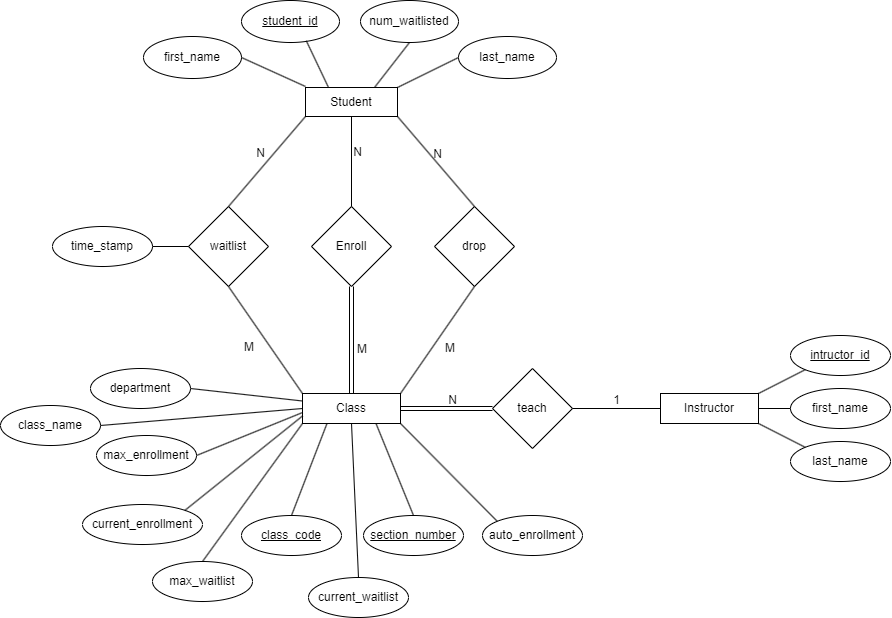
Before: Database Diagrams/ER.png, a diagram exported from draw.io (hellokev/449-Project-1). Source tidied: cells renumbered, new cells last; positions are measured from the earlier drawing's top-left corner, leaving out a move shared by most shapes. Its diagram source:
```xml
<mxGraphModel>
  <root>
    <mxCell id="0" />
    <mxCell id="1" parent="0" />
    <mxCell id="2" value="&lt;font style=&quot;font-size: 12px;&quot;&gt;Student&lt;/font&gt;" style="rounded=0;whiteSpace=wrap;html=1;" parent="1" vertex="1">
      <mxGeometry x="305" y="87" width="92" height="29" as="geometry" />
    </mxCell>
    <mxCell id="3" value="&lt;font style=&quot;font-size: 12px;&quot;&gt;Class&lt;/font&gt;" style="rounded=0;whiteSpace=wrap;html=1;" parent="1" vertex="1">
      <mxGeometry x="302" y="393" width="98" height="30" as="geometry" />
    </mxCell>
    <mxCell id="4" value="Enroll" style="rhombus;whiteSpace=wrap;html=1;" parent="1" vertex="1">
      <mxGeometry x="311" y="206" width="80" height="80" as="geometry" />
    </mxCell>
    <mxCell id="5" value="drop" style="rhombus;whiteSpace=wrap;html=1;" parent="1" vertex="1">
      <mxGeometry x="434" y="206" width="80" height="80" as="geometry" />
    </mxCell>
    <mxCell id="6" value="waitlist" style="rhombus;whiteSpace=wrap;html=1;" parent="1" vertex="1">
      <mxGeometry x="188" y="206" width="80" height="80" as="geometry" />
    </mxCell>
    <mxCell id="7" value="&lt;u&gt;student_id&lt;/u&gt;" style="ellipse;whiteSpace=wrap;html=1;" parent="1" vertex="1">
      <mxGeometry x="241" width="98" height="42" as="geometry" />
    </mxCell>
    <mxCell id="8" value="num_waitlisted" style="ellipse;whiteSpace=wrap;html=1;" parent="1" vertex="1">
      <mxGeometry x="360" width="98" height="42" as="geometry" />
    </mxCell>
    <mxCell id="9" style="endArrow=none;html=1;rounded=0;entryX=0.5;entryY=1;entryDx=0;entryDy=0;exitX=0.75;exitY=0;exitDx=0;exitDy=0;" parent="1" edge="1" source="2" target="8">
      <mxGeometry relative="1" as="geometry" />
    </mxCell>
    <mxCell id="10" style="endArrow=none;html=1;rounded=0;entryX=0.661;entryY=0.958;entryDx=0;entryDy=0;entryPerimeter=0;exitX=0.25;exitY=0;exitDx=0;exitDy=0;" parent="1" edge="1" source="2" target="7">
      <mxGeometry relative="1" as="geometry" />
    </mxCell>
    <mxCell id="11" style="endArrow=none;html=1;rounded=0;exitX=0.5;exitY=0;exitDx=0;exitDy=0;entryX=0;entryY=1;entryDx=0;entryDy=0;" parent="1" edge="1" source="6" target="2">
      <mxGeometry relative="1" as="geometry" />
    </mxCell>
    <mxCell id="12" value="N" style="html=1;whiteSpace=wrap;align=right;verticalAlign=bottom;" parent="11" vertex="1">
      <mxGeometry x="1" relative="1" as="geometry">
        <mxPoint x="-38" y="45" as="offset" />
      </mxGeometry>
    </mxCell>
    <mxCell id="13" style="endArrow=none;html=1;rounded=0;exitX=0;exitY=0;exitDx=0;exitDy=0;entryX=0.5;entryY=1;entryDx=0;entryDy=0;" parent="1" edge="1" source="3" target="6">
      <mxGeometry relative="1" as="geometry" />
    </mxCell>
    <mxCell id="14" value="M" style="html=1;whiteSpace=wrap;align=right;verticalAlign=bottom;" parent="13" vertex="1">
      <mxGeometry x="1" relative="1" as="geometry">
        <mxPoint x="28" y="70" as="offset" />
      </mxGeometry>
    </mxCell>
    <mxCell id="15" style="shape=link;html=1;rounded=0;exitX=0.5;exitY=0;exitDx=0;exitDy=0;entryX=0.5;entryY=1;entryDx=0;entryDy=0;" parent="1" edge="1" source="3" target="4">
      <mxGeometry relative="1" as="geometry" />
    </mxCell>
    <mxCell id="16" value="M" style="html=1;whiteSpace=wrap;align=right;verticalAlign=bottom;" parent="15" vertex="1">
      <mxGeometry x="1" relative="1" as="geometry">
        <mxPoint x="17" y="72" as="offset" />
      </mxGeometry>
    </mxCell>
    <mxCell id="17" style="endArrow=none;html=1;rounded=0;entryX=0.5;entryY=1;entryDx=0;entryDy=0;exitX=0.5;exitY=0;exitDx=0;exitDy=0;" parent="1" edge="1" source="4" target="2">
      <mxGeometry relative="1" as="geometry" />
    </mxCell>
    <mxCell id="18" value="N" style="html=1;whiteSpace=wrap;align=right;verticalAlign=bottom;" parent="17" vertex="1">
      <mxGeometry x="1" relative="1" as="geometry">
        <mxPoint x="12" y="45" as="offset" />
      </mxGeometry>
    </mxCell>
    <mxCell id="19" style="endArrow=none;html=1;rounded=0;exitX=1;exitY=0;exitDx=0;exitDy=0;entryX=0.5;entryY=1;entryDx=0;entryDy=0;" parent="1" edge="1" source="3" target="5">
      <mxGeometry relative="1" as="geometry" />
    </mxCell>
    <mxCell id="20" value="M" style="html=1;whiteSpace=wrap;align=right;verticalAlign=bottom;" parent="19" vertex="1">
      <mxGeometry x="1" relative="1" as="geometry">
        <mxPoint x="-18" y="71" as="offset" />
      </mxGeometry>
    </mxCell>
    <mxCell id="21" style="endArrow=none;html=1;rounded=0;entryX=1;entryY=1;entryDx=0;entryDy=0;exitX=0.5;exitY=0;exitDx=0;exitDy=0;" parent="1" edge="1" source="5" target="2">
      <mxGeometry relative="1" as="geometry" />
    </mxCell>
    <mxCell id="22" value="N" style="html=1;whiteSpace=wrap;align=right;verticalAlign=bottom;" parent="21" vertex="1">
      <mxGeometry x="1" relative="1" as="geometry">
        <mxPoint x="46" y="46" as="offset" />
      </mxGeometry>
    </mxCell>
    <mxCell id="23" value="&lt;font style=&quot;font-size: 12px;&quot;&gt;Instructor&lt;/font&gt;" style="rounded=0;whiteSpace=wrap;html=1;" parent="1" vertex="1">
      <mxGeometry x="660" y="393" width="98" height="30" as="geometry" />
    </mxCell>
    <mxCell id="24" value="teach" style="rhombus;whiteSpace=wrap;html=1;" parent="1" vertex="1">
      <mxGeometry x="492" y="368" width="80" height="80" as="geometry" />
    </mxCell>
    <mxCell id="25" style="shape=link;html=1;rounded=0;exitX=1;exitY=0.5;exitDx=0;exitDy=0;entryX=0;entryY=0.5;entryDx=0;entryDy=0;" parent="1" edge="1" source="3" target="24">
      <mxGeometry relative="1" as="geometry" />
    </mxCell>
    <mxCell id="26" value="N" style="html=1;whiteSpace=wrap;align=right;verticalAlign=bottom;" parent="25" vertex="1">
      <mxGeometry x="1" relative="1" as="geometry">
        <mxPoint x="-34" as="offset" />
      </mxGeometry>
    </mxCell>
    <mxCell id="27" style="endArrow=none;html=1;rounded=0;exitX=1;exitY=0.5;exitDx=0;exitDy=0;entryX=0;entryY=0.5;entryDx=0;entryDy=0;" parent="1" edge="1" source="24" target="23">
      <mxGeometry relative="1" as="geometry" />
    </mxCell>
    <mxCell id="28" value="1" style="html=1;whiteSpace=wrap;align=right;verticalAlign=bottom;" parent="27" vertex="1">
      <mxGeometry x="1" relative="1" as="geometry">
        <mxPoint x="-38" as="offset" />
      </mxGeometry>
    </mxCell>
    <mxCell id="29" value="intructor_id" style="ellipse;whiteSpace=wrap;html=1;align=center;fontStyle=4;" parent="1" vertex="1">
      <mxGeometry x="790" y="335" width="100" height="40" as="geometry" />
    </mxCell>
    <mxCell id="30" value="first_name" style="ellipse;whiteSpace=wrap;html=1;align=center;" parent="1" vertex="1">
      <mxGeometry x="790" y="388" width="100" height="40" as="geometry" />
    </mxCell>
    <mxCell id="31" value="last_name" style="ellipse;whiteSpace=wrap;html=1;align=center;" parent="1" vertex="1">
      <mxGeometry x="790" y="441" width="100" height="40" as="geometry" />
    </mxCell>
    <mxCell id="32" style="endArrow=none;html=1;rounded=0;entryX=0;entryY=1;entryDx=0;entryDy=0;exitX=1;exitY=0;exitDx=0;exitDy=0;" parent="1" edge="1" source="23" target="29">
      <mxGeometry relative="1" as="geometry" />
    </mxCell>
    <mxCell id="33" style="endArrow=none;html=1;rounded=0;entryX=0;entryY=0;entryDx=0;entryDy=0;exitX=1;exitY=1;exitDx=0;exitDy=0;" parent="1" edge="1" source="23" target="31">
      <mxGeometry relative="1" as="geometry" />
    </mxCell>
    <mxCell id="34" style="endArrow=none;html=1;rounded=0;entryX=0;entryY=0.5;entryDx=0;entryDy=0;exitX=1;exitY=0.5;exitDx=0;exitDy=0;" parent="1" edge="1" source="23" target="30">
      <mxGeometry relative="1" as="geometry" />
    </mxCell>
    <mxCell id="35" value="&lt;u&gt;class_code&lt;/u&gt;" style="ellipse;whiteSpace=wrap;html=1;align=center;" parent="1" vertex="1">
      <mxGeometry x="241" y="515" width="100" height="40" as="geometry" />
    </mxCell>
    <mxCell id="36" value="&lt;u&gt;section_number&lt;/u&gt;" style="ellipse;whiteSpace=wrap;html=1;align=center;" parent="1" vertex="1">
      <mxGeometry x="363" y="515" width="100" height="40" as="geometry" />
    </mxCell>
    <mxCell id="37" value="class_name" style="ellipse;whiteSpace=wrap;html=1;align=center;" parent="1" vertex="1">
      <mxGeometry y="405" width="100" height="40" as="geometry" />
    </mxCell>
    <mxCell id="38" value="department" style="ellipse;whiteSpace=wrap;html=1;align=center;" parent="1" vertex="1">
      <mxGeometry x="90" y="368" width="100" height="40" as="geometry" />
    </mxCell>
    <mxCell id="39" value="auto_enrollment" style="ellipse;whiteSpace=wrap;html=1;align=center;" parent="1" vertex="1">
      <mxGeometry x="482" y="515" width="100" height="40" as="geometry" />
    </mxCell>
    <mxCell id="40" value="max_enrollment" style="ellipse;whiteSpace=wrap;html=1;align=center;" parent="1" vertex="1">
      <mxGeometry x="96" y="435" width="100" height="40" as="geometry" />
    </mxCell>
    <mxCell id="41" value="current_enrollment" style="ellipse;whiteSpace=wrap;html=1;align=center;" parent="1" vertex="1">
      <mxGeometry x="82" y="504" width="120" height="40" as="geometry" />
    </mxCell>
    <mxCell id="42" value="max_waitlist" style="ellipse;whiteSpace=wrap;html=1;align=center;" parent="1" vertex="1">
      <mxGeometry x="152" y="561" width="100" height="40" as="geometry" />
    </mxCell>
    <mxCell id="43" value="current_waitlist" style="ellipse;whiteSpace=wrap;html=1;align=center;" parent="1" vertex="1">
      <mxGeometry x="308" y="577" width="100" height="40" as="geometry" />
    </mxCell>
    <mxCell id="44" style="endArrow=none;html=1;rounded=0;entryX=0.25;entryY=1;entryDx=0;entryDy=0;exitX=0.5;exitY=0;exitDx=0;exitDy=0;" parent="1" edge="1" source="35" target="3">
      <mxGeometry relative="1" as="geometry" />
    </mxCell>
    <mxCell id="45" style="endArrow=none;html=1;rounded=0;entryX=0.5;entryY=1;entryDx=0;entryDy=0;exitX=0.5;exitY=0;exitDx=0;exitDy=0;" parent="1" edge="1" source="43" target="3">
      <mxGeometry relative="1" as="geometry" />
    </mxCell>
    <mxCell id="46" style="endArrow=none;html=1;rounded=0;entryX=0.75;entryY=1;entryDx=0;entryDy=0;exitX=0.5;exitY=0;exitDx=0;exitDy=0;" parent="1" edge="1" source="36" target="3">
      <mxGeometry relative="1" as="geometry" />
    </mxCell>
    <mxCell id="47" style="endArrow=none;html=1;rounded=0;entryX=1;entryY=1;entryDx=0;entryDy=0;exitX=0;exitY=0;exitDx=0;exitDy=0;" parent="1" edge="1" source="39" target="3">
      <mxGeometry relative="1" as="geometry" />
    </mxCell>
    <mxCell id="48" style="endArrow=none;html=1;rounded=0;entryX=0;entryY=1;entryDx=0;entryDy=0;exitX=0.5;exitY=0;exitDx=0;exitDy=0;" parent="1" edge="1" source="42" target="3">
      <mxGeometry relative="1" as="geometry" />
    </mxCell>
    <mxCell id="49" style="endArrow=none;html=1;rounded=0;entryX=0;entryY=0.75;entryDx=0;entryDy=0;exitX=1;exitY=0;exitDx=0;exitDy=0;" parent="1" edge="1" source="41" target="3">
      <mxGeometry relative="1" as="geometry" />
    </mxCell>
    <mxCell id="50" style="endArrow=none;html=1;rounded=0;entryX=0.002;entryY=0.632;entryDx=0;entryDy=0;exitX=1;exitY=0.5;exitDx=0;exitDy=0;entryPerimeter=0;" parent="1" edge="1" source="40" target="3">
      <mxGeometry relative="1" as="geometry" />
    </mxCell>
    <mxCell id="51" style="endArrow=none;html=1;rounded=0;entryX=0;entryY=0.5;entryDx=0;entryDy=0;exitX=1;exitY=0.5;exitDx=0;exitDy=0;" parent="1" edge="1" source="37" target="3">
      <mxGeometry relative="1" as="geometry" />
    </mxCell>
    <mxCell id="52" style="endArrow=none;html=1;rounded=0;entryX=0;entryY=0.25;entryDx=0;entryDy=0;exitX=1;exitY=0.5;exitDx=0;exitDy=0;" parent="1" edge="1" source="38" target="3">
      <mxGeometry relative="1" as="geometry" />
    </mxCell>
    <mxCell id="53" value="time_stamp" style="ellipse;whiteSpace=wrap;html=1;align=center;" parent="1" vertex="1">
      <mxGeometry x="52" y="226" width="100" height="40" as="geometry" />
    </mxCell>
    <mxCell id="54" style="endArrow=none;html=1;rounded=0;entryX=1;entryY=0.5;entryDx=0;entryDy=0;exitX=0;exitY=0.5;exitDx=0;exitDy=0;" parent="1" edge="1" source="6" target="53">
      <mxGeometry relative="1" as="geometry" />
    </mxCell>
    <mxCell id="55" value="last_name" style="ellipse;whiteSpace=wrap;html=1;" parent="1" vertex="1">
      <mxGeometry x="458" y="36" width="98" height="42" as="geometry" />
    </mxCell>
    <mxCell id="56" value="first_name" style="ellipse;whiteSpace=wrap;html=1;" parent="1" vertex="1">
      <mxGeometry x="143" y="36" width="98" height="42" as="geometry" />
    </mxCell>
    <mxCell id="57" style="endArrow=none;html=1;rounded=0;entryX=1;entryY=0.5;entryDx=0;entryDy=0;" parent="1" edge="1" target="56">
      <mxGeometry relative="1" as="geometry">
        <mxPoint x="305" y="86" as="sourcePoint" />
      </mxGeometry>
    </mxCell>
    <mxCell id="58" style="endArrow=none;html=1;rounded=0;entryX=0;entryY=0.5;entryDx=0;entryDy=0;exitX=1;exitY=0;exitDx=0;exitDy=0;" parent="1" edge="1" source="2" target="55">
      <mxGeometry relative="1" as="geometry" />
    </mxCell>
  </root>
</mxGraphModel>
```
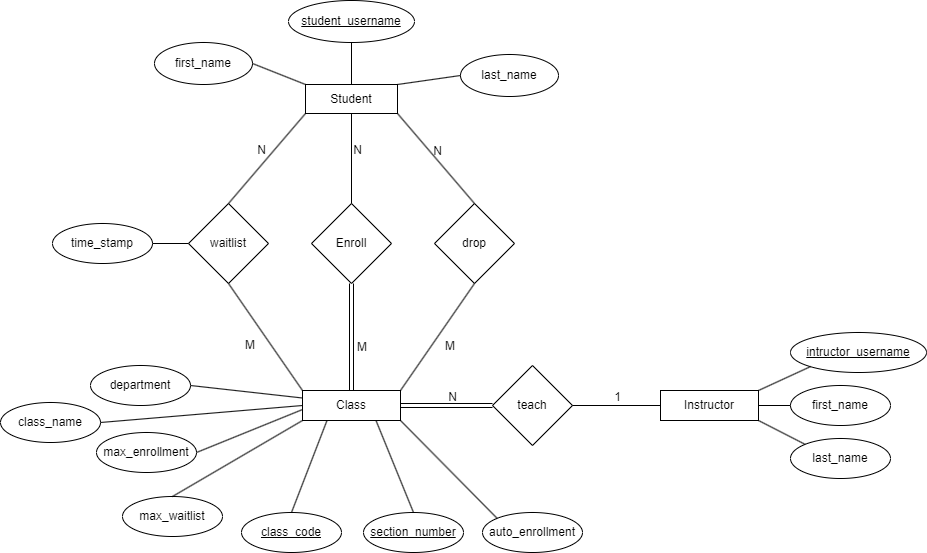
After the commit.

Diff of the diagram source:
```diff
@@ -17,16 +17,10 @@
     <mxCell id="6" value="waitlist" style="rhombus;whiteSpace=wrap;html=1;" parent="1" vertex="1">
       <mxGeometry x="188" y="206" width="80" height="80" as="geometry" />
     </mxCell>
-    <mxCell id="7" value="&lt;u&gt;student_id&lt;/u&gt;" style="ellipse;whiteSpace=wrap;html=1;" parent="1" vertex="1">
-      <mxGeometry x="241" width="98" height="42" as="geometry" />
+    <mxCell id="7" value="&lt;u&gt;student_username&lt;/u&gt;" style="ellipse;whiteSpace=wrap;html=1;" parent="1" vertex="1">
+      <mxGeometry x="288" y="3" width="126" height="42" as="geometry" />
     </mxCell>
-    <mxCell id="8" value="num_waitlisted" style="ellipse;whiteSpace=wrap;html=1;" parent="1" vertex="1">
-      <mxGeometry x="360" width="98" height="42" as="geometry" />
-    </mxCell>
-    <mxCell id="9" style="endArrow=none;html=1;rounded=0;entryX=0.5;entryY=1;entryDx=0;entryDy=0;exitX=0.75;exitY=0;exitDx=0;exitDy=0;" parent="1" edge="1" source="2" target="8">
-      <mxGeometry relative="1" as="geometry" />
-    </mxCell>
-    <mxCell id="10" style="endArrow=none;html=1;rounded=0;entryX=0.661;entryY=0.958;entryDx=0;entryDy=0;entryPerimeter=0;exitX=0.25;exitY=0;exitDx=0;exitDy=0;" parent="1" edge="1" source="2" target="7">
+    <mxCell id="10" style="endArrow=none;html=1;rounded=0;entryX=0.5;entryY=1;entryDx=0;entryDy=0;exitX=0.5;exitY=0;exitDx=0;exitDy=0;" parent="1" edge="1" source="2" target="7">
       <mxGeometry relative="1" as="geometry" />
     </mxCell>
     <mxCell id="11" style="endArrow=none;html=1;rounded=0;exitX=0.5;exitY=0;exitDx=0;exitDy=0;entryX=0;entryY=1;entryDx=0;entryDy=0;" parent="1" edge="1" source="6" target="2">
@@ -99,8 +93,8 @@
         <mxPoint x="-38" as="offset" />
       </mxGeometry>
     </mxCell>
-    <mxCell id="29" value="intructor_id" style="ellipse;whiteSpace=wrap;html=1;align=center;fontStyle=4;" parent="1" vertex="1">
-      <mxGeometry x="790" y="335" width="100" height="40" as="geometry" />
+    <mxCell id="29" value="intructor_username" style="ellipse;whiteSpace=wrap;html=1;align=center;fontStyle=4;" parent="1" vertex="1">
+      <mxGeometry x="790" y="335" width="136" height="40" as="geometry" />
     </mxCell>
     <mxCell id="30" value="first_name" style="ellipse;whiteSpace=wrap;html=1;align=center;" parent="1" vertex="1">
       <mxGeometry x="790" y="388" width="100" height="40" as="geometry" />
@@ -135,21 +129,12 @@
     <mxCell id="40" value="max_enrollment" style="ellipse;whiteSpace=wrap;html=1;align=center;" parent="1" vertex="1">
       <mxGeometry x="96" y="435" width="100" height="40" as="geometry" />
     </mxCell>
-    <mxCell id="41" value="current_enrollment" style="ellipse;whiteSpace=wrap;html=1;align=center;" parent="1" vertex="1">
-      <mxGeometry x="82" y="504" width="120" height="40" as="geometry" />
-    </mxCell>
     <mxCell id="42" value="max_waitlist" style="ellipse;whiteSpace=wrap;html=1;align=center;" parent="1" vertex="1">
-      <mxGeometry x="152" y="561" width="100" height="40" as="geometry" />
+      <mxGeometry x="122" y="499" width="100" height="40" as="geometry" />
     </mxCell>
-    <mxCell id="43" value="current_waitlist" style="ellipse;whiteSpace=wrap;html=1;align=center;" parent="1" vertex="1">
-      <mxGeometry x="308" y="577" width="100" height="40" as="geometry" />
-    </mxCell>
     <mxCell id="44" style="endArrow=none;html=1;rounded=0;entryX=0.25;entryY=1;entryDx=0;entryDy=0;exitX=0.5;exitY=0;exitDx=0;exitDy=0;" parent="1" edge="1" source="35" target="3">
       <mxGeometry relative="1" as="geometry" />
     </mxCell>
-    <mxCell id="45" style="endArrow=none;html=1;rounded=0;entryX=0.5;entryY=1;entryDx=0;entryDy=0;exitX=0.5;exitY=0;exitDx=0;exitDy=0;" parent="1" edge="1" source="43" target="3">
-      <mxGeometry relative="1" as="geometry" />
-    </mxCell>
     <mxCell id="46" style="endArrow=none;html=1;rounded=0;entryX=0.75;entryY=1;entryDx=0;entryDy=0;exitX=0.5;exitY=0;exitDx=0;exitDy=0;" parent="1" edge="1" source="36" target="3">
       <mxGeometry relative="1" as="geometry" />
     </mxCell>
@@ -159,9 +144,6 @@
     <mxCell id="48" style="endArrow=none;html=1;rounded=0;entryX=0;entryY=1;entryDx=0;entryDy=0;exitX=0.5;exitY=0;exitDx=0;exitDy=0;" parent="1" edge="1" source="42" target="3">
       <mxGeometry relative="1" as="geometry" />
     </mxCell>
-    <mxCell id="49" style="endArrow=none;html=1;rounded=0;entryX=0;entryY=0.75;entryDx=0;entryDy=0;exitX=1;exitY=0;exitDx=0;exitDy=0;" parent="1" edge="1" source="41" target="3">
-      <mxGeometry relative="1" as="geometry" />
-    </mxCell>
     <mxCell id="50" style="endArrow=none;html=1;rounded=0;entryX=0.002;entryY=0.632;entryDx=0;entryDy=0;exitX=1;exitY=0.5;exitDx=0;exitDy=0;entryPerimeter=0;" parent="1" edge="1" source="40" target="3">
       <mxGeometry relative="1" as="geometry" />
     </mxCell>
@@ -178,15 +160,13 @@
       <mxGeometry relative="1" as="geometry" />
     </mxCell>
     <mxCell id="55" value="last_name" style="ellipse;whiteSpace=wrap;html=1;" parent="1" vertex="1">
-      <mxGeometry x="458" y="36" width="98" height="42" as="geometry" />
+      <mxGeometry x="460" y="57" width="98" height="42" as="geometry" />
     </mxCell>
     <mxCell id="56" value="first_name" style="ellipse;whiteSpace=wrap;html=1;" parent="1" vertex="1">
-      <mxGeometry x="143" y="36" width="98" height="42" as="geometry" />
+      <mxGeometry x="154" y="45" width="98" height="42" as="geometry" />
     </mxCell>
-    <mxCell id="57" style="endArrow=none;html=1;rounded=0;entryX=1;entryY=0.5;entryDx=0;entryDy=0;" parent="1" edge="1" target="56">
-      <mxGeometry relative="1" as="geometry">
-        <mxPoint x="305" y="86" as="sourcePoint" />
-      </mxGeometry>
+    <mxCell id="57" style="endArrow=none;html=1;rounded=0;entryX=1;entryY=0.5;entryDx=0;entryDy=0;exitX=0;exitY=0;exitDx=0;exitDy=0;" parent="1" edge="1" source="2" target="56">
+      <mxGeometry relative="1" as="geometry" />
     </mxCell>
     <mxCell id="58" style="endArrow=none;html=1;rounded=0;entryX=0;entryY=0.5;entryDx=0;entryDy=0;exitX=1;exitY=0;exitDx=0;exitDy=0;" parent="1" edge="1" source="2" target="55">
       <mxGeometry relative="1" as="geometry" />
```
